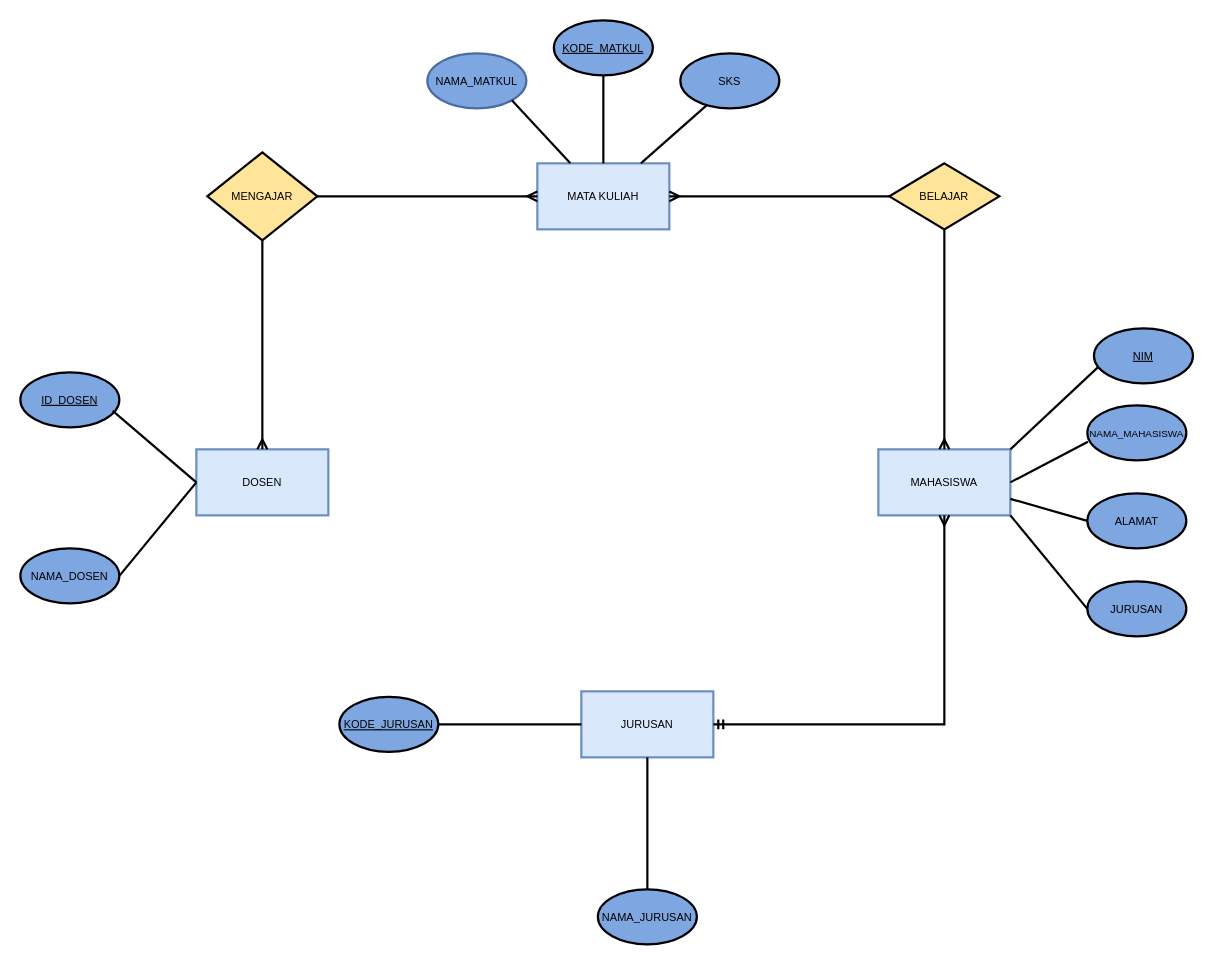
The draw.io diagram c14/Untitled Diagram.drawio in MuhamadFathir/rubicamp, before the edit. Source tidied: cells renumbered, new cells numbered last; positions are measured from the earlier drawing's top-left corner, leaving out a move shared by most shapes. Both pictures are drawn from the tidied source at 110%, with x=0, y=0 at pixel (20, 20).
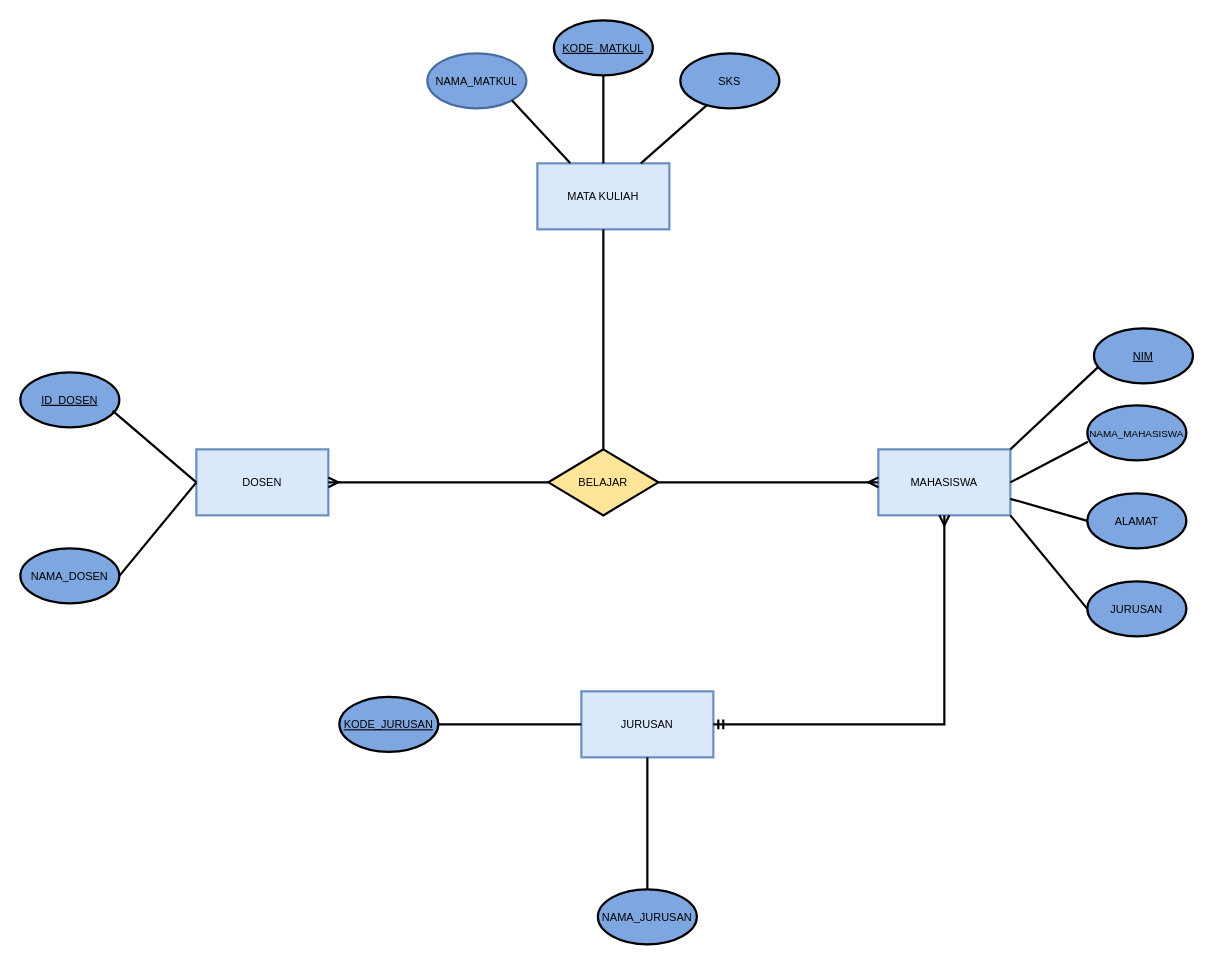
The same diagram, later.

Unchanged cells that the change refers to:
```xml
<mxCell id="2" value="MATA KULIAH" style="rounded=0;whiteSpace=wrap;html=1;fillColor=#dae8fc;strokeColor=#6c8ebf;strokeWidth=2;fontSize=10;" parent="1" vertex="1">
  <mxGeometry x="470" y="130" width="120" height="60" as="geometry" />
</mxCell>
<mxCell id="4" value="DOSEN" style="rounded=0;whiteSpace=wrap;html=1;fillColor=#dae8fc;strokeColor=#6c8ebf;strokeWidth=2;fontSize=10;" parent="1" vertex="1">
  <mxGeometry x="160" y="390" width="120" height="60" as="geometry" />
</mxCell>
<mxCell id="5" value="MAHASISWA" style="rounded=0;whiteSpace=wrap;html=1;fillColor=#dae8fc;strokeColor=#6c8ebf;strokeWidth=2;fontSize=10;" parent="1" vertex="1">
  <mxGeometry x="780" y="390" width="120" height="60" as="geometry" />
</mxCell>
```

Diff of the diagram source:
```diff
@@
-    <mxCell id="14" style="fontSize=10;html=1;endArrow=ERmany;startArrow=none;rounded=0;exitX=0.5;exitY=0;exitDx=0;exitDy=0;entryX=1;entryY=0.5;entryDx=0;entryDy=0;startFill=0;endFill=0;strokeWidth=2;" parent="1" edge="1" source="30" target="2">
-      <mxGeometry relative="1" as="geometry">
-        <Array as="points">
-          <mxPoint x="840" y="160" />
-        </Array>
-      </mxGeometry>
+    <mxCell id="14" style="fontSize=10;html=1;endArrow=ERmany;startArrow=none;rounded=0;exitX=0;exitY=0.5;exitDx=0;exitDy=0;entryX=1;entryY=0.5;entryDx=0;entryDy=0;startFill=0;endFill=0;strokeWidth=2;" parent="1" edge="1" source="30" target="4">
+      <mxGeometry relative="1" as="geometry" />
     </mxCell>
@@
-    <mxCell id="21" style="fontSize=10;html=1;endArrow=ERmany;startArrow=ERmany;rounded=0;entryX=0;entryY=0.5;entryDx=0;entryDy=0;exitX=0.5;exitY=0;exitDx=0;exitDy=0;strokeWidth=2;" parent="1" edge="1" source="4" target="2">
-      <mxGeometry relative="1" as="geometry">
-        <Array as="points">
-          <mxPoint x="220" y="160" />
-        </Array>
-      </mxGeometry>
-    </mxCell>
@@
-    <mxCell id="29" style="fontSize=10;html=1;endArrow=none;startArrow=ERmany;rounded=0;exitX=0.5;exitY=0;exitDx=0;exitDy=0;entryX=0.5;entryY=1;entryDx=0;entryDy=0;startFill=0;strokeWidth=2;" parent="1" edge="1" source="5" target="30">
+    <mxCell id="29" style="fontSize=10;html=1;endArrow=none;startArrow=ERmany;rounded=0;exitX=0;exitY=0.5;exitDx=0;exitDy=0;entryX=1;entryY=0.5;entryDx=0;entryDy=0;startFill=0;strokeWidth=2;" parent="1" edge="1" source="5" target="30">
       <mxGeometry relative="1" as="geometry" />
     </mxCell>
     <mxCell id="30" value="BELAJAR" style="rhombus;whiteSpace=wrap;html=1;strokeWidth=2;fontSize=10;fillColor=#FFE599;" parent="1" vertex="1">
-      <mxGeometry x="790" y="130" width="100" height="60" as="geometry" />
+      <mxGeometry x="480" y="390" width="100" height="60" as="geometry" />
     </mxCell>
@@
-    <mxCell id="33" value="MENGAJAR" style="rhombus;whiteSpace=wrap;html=1;strokeWidth=2;fontSize=10;fillColor=#FFE599;" parent="1" vertex="1">
-      <mxGeometry x="170" y="120" width="100" height="80" as="geometry" />
-    </mxCell>
+    <mxCell id="34" style="endArrow=none;html=1;rounded=0;entryX=0.5;entryY=1;entryDx=0;entryDy=0;exitX=0.5;exitY=0;exitDx=0;exitDy=0;strokeWidth=2;" parent="1" edge="1" source="30" target="2">
+      <mxGeometry relative="1" as="geometry" />
+    </mxCell>
```
